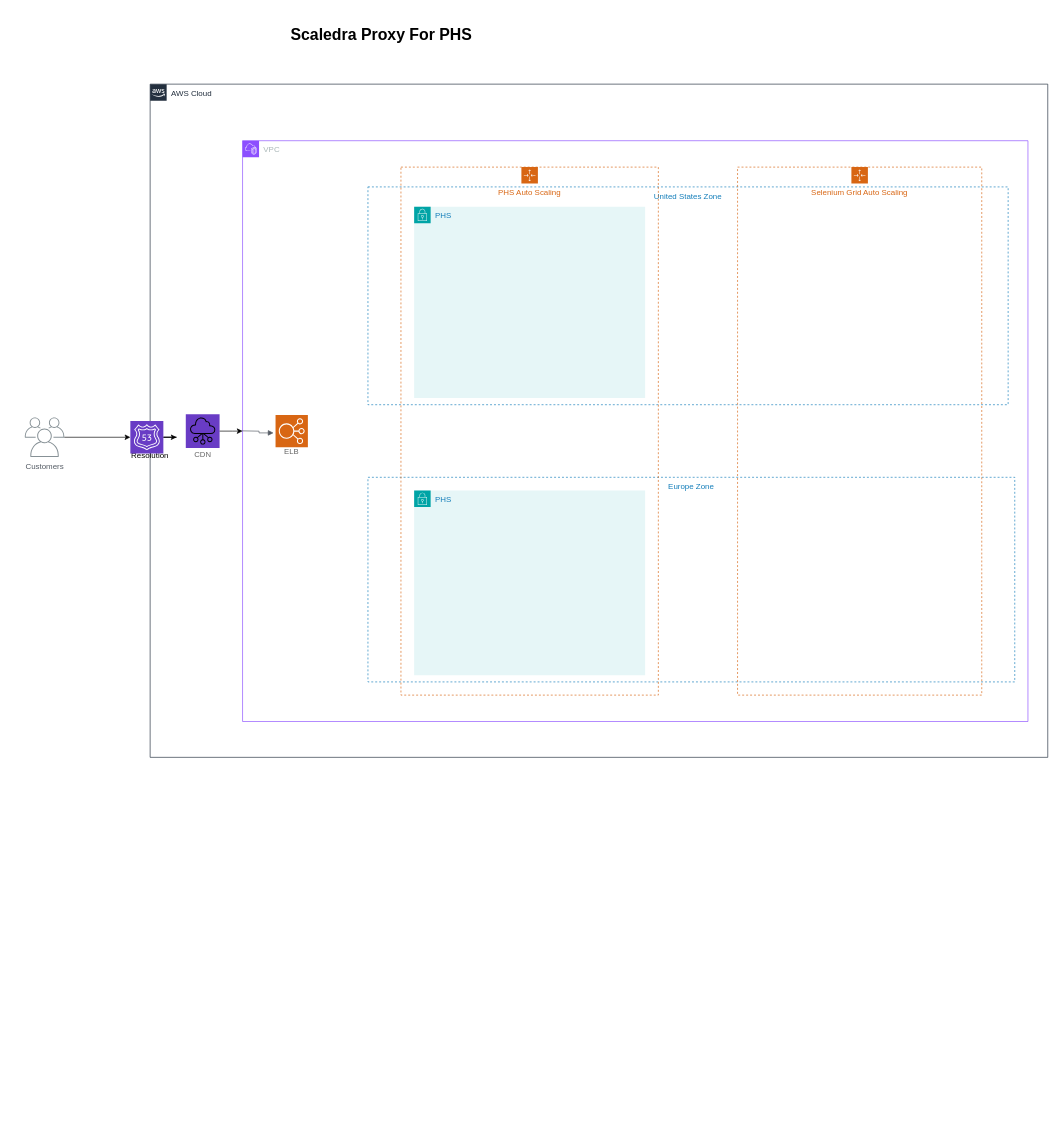
Earlier version of the draw.io diagram Untitled Diagram.drawio (CrytoCodeWizard/Season-Hotel-Management). Source tidied: cells renumbered, new cells numbered last; positions are measured from the earlier drawing's top-left corner, leaving out a move shared by most shapes. Both pictures are drawn from the tidied source at 66%, with x=0, y=0 at pixel (24, 11).
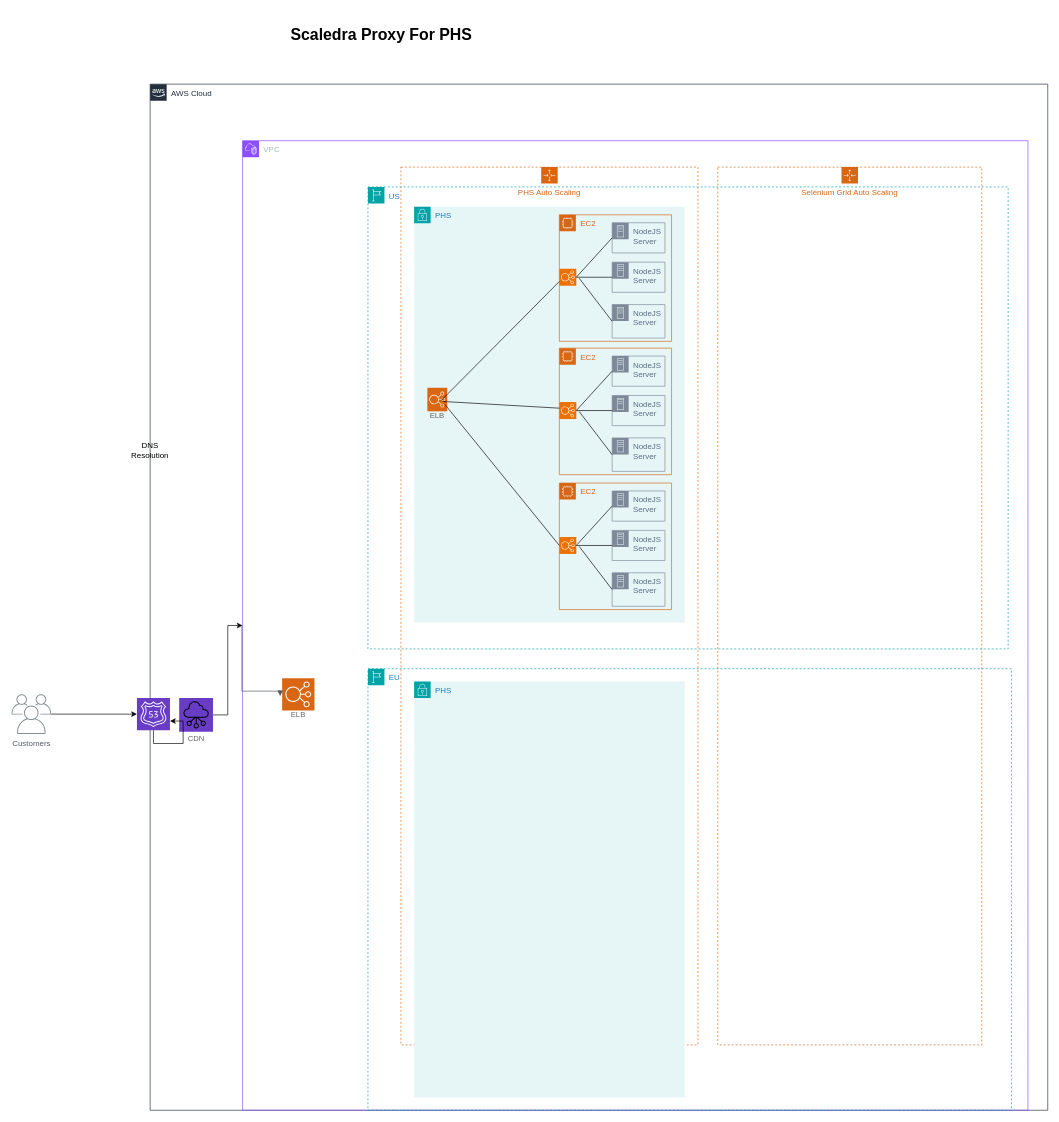
The same page after the edit.

What changed in the source:
```diff
@@
     <mxCell id="3" value="AWS Cloud" style="gradientColor=none;html=1;whiteSpace=wrap;fontSize=12;fontStyle=0;shape=mxgraph.aws4.group;grIcon=mxgraph.aws4.group_aws_cloud_alt;strokeColor=#232F3E;fillColor=none;verticalAlign=top;align=left;spacingLeft=30;fontColor=#232F3E;dashed=0;" parent="1" vertex="1">
-      <mxGeometry x="190" y="110" width="1360" height="1020" as="geometry" />
+      <mxGeometry x="190" y="110" width="1360" height="1554.7" as="geometry" />
     </mxCell>
     <mxCell id="4" value="VPC" style="points=[[0,0],[0.25,0],[0.5,0],[0.75,0],[1,0],[1,0.25],[1,0.5],[1,0.75],[1,1],[0.75,1],[0.5,1],[0.25,1],[0,1],[0,0.75],[0,0.5],[0,0.25]];outlineConnect=0;gradientColor=none;html=1;whiteSpace=wrap;fontSize=12;fontStyle=0;shape=mxgraph.aws4.group;grIcon=mxgraph.aws4.group_vpc2;strokeColor=#8C4FFF;fillColor=none;verticalAlign=top;align=left;spacingLeft=30;fontColor=#AAB7B8;dashed=0;" parent="3" vertex="1">
-      <mxGeometry x="140" y="85.7" width="1190" height="880" as="geometry" />
+      <mxGeometry x="140" y="85.7" width="1190" height="1469" as="geometry" />
     </mxCell>
-    <mxCell id="5" value="United States Zone" style="fillColor=none;strokeColor=#147EBA;dashed=1;verticalAlign=top;fontStyle=0;fontColor=#147EBA;whiteSpace=wrap;html=1;" parent="4" vertex="1">
-      <mxGeometry x="190" y="70" width="970" height="330" as="geometry" />
-    </mxCell>
-    <mxCell id="6" value="Europe Zone" style="fillColor=none;strokeColor=#147EBA;dashed=1;verticalAlign=top;fontStyle=0;fontColor=#147EBA;whiteSpace=wrap;html=1;" parent="4" vertex="1">
-      <mxGeometry x="190" y="510" width="980" height="310" as="geometry" />
-    </mxCell>
     <mxCell id="7" value="PHS Auto Scaling" style="gradientColor=none;html=1;whiteSpace=wrap;fontSize=12;fontStyle=0;shape=mxgraph.aws4.groupCenter;grIcon=mxgraph.aws4.group_auto_scaling_group;grStroke=1;strokeColor=#D86613;fillColor=none;verticalAlign=top;align=center;fontColor=#D86613;dashed=1;spacingTop=25;" parent="4" vertex="1">
-      <mxGeometry x="240" y="40" width="390" height="800" as="geometry" />
+      <mxGeometry x="240" y="40" width="450" height="1330" as="geometry" />
     </mxCell>
     <mxCell id="8" value="PHS" style="gradientColor=none;html=1;whiteSpace=wrap;fontSize=12;fontStyle=0;shape=mxgraph.aws4.group;grIcon=mxgraph.aws4.group_security_group;grStroke=0;strokeColor=#00A4A6;fillColor=#E6F6F7;verticalAlign=top;align=left;spacingLeft=30;fontColor=#147EBA;dashed=0;" parent="7" vertex="1">
-      <mxGeometry x="20" y="60" width="350" height="290" as="geometry" />
+      <mxGeometry x="20" y="60" width="410" height="630" as="geometry" />
     </mxCell>
-    <mxCell id="9" value="PHS" style="gradientColor=none;html=1;whiteSpace=wrap;fontSize=12;fontStyle=0;shape=mxgraph.aws4.group;grIcon=mxgraph.aws4.group_security_group;grStroke=0;strokeColor=#00A4A6;fillColor=#E6F6F7;verticalAlign=top;align=left;spacingLeft=30;fontColor=#147EBA;dashed=0;" parent="7" vertex="1">
-      <mxGeometry x="20" y="490" width="350" height="280" as="geometry" />
-    </mxCell>
     <mxCell id="10" value="Selenium Grid Auto Scaling" style="gradientColor=none;html=1;whiteSpace=wrap;fontSize=12;fontStyle=0;shape=mxgraph.aws4.groupCenter;grIcon=mxgraph.aws4.group_auto_scaling_group;grStroke=1;strokeColor=#D86613;fillColor=none;verticalAlign=top;align=center;fontColor=#D86613;dashed=1;spacingTop=25;" parent="4" vertex="1">
-      <mxGeometry x="750" y="40" width="370" height="800" as="geometry" />
+      <mxGeometry x="720" y="40" width="400" height="1330" as="geometry" />
     </mxCell>
     <mxCell id="11" value="ELB" style="html=1;overflow=block;blockSpacing=1;whiteSpace=wrap;shape=mxgraph.aws4.resourceIcon;resIcon=mxgraph.aws4.elastic_load_balancing;verticalLabelPosition=bottom;align=center;verticalAlign=top;strokeColor=#ffffff;fontSize=11.7;fontColor=#666666;spacing=0;strokeOpacity=100;fillColor=#d86613;strokeWidth=1.5;lucidId=ZyE4ia8e-gKq;" parent="4" vertex="1">
-      <mxGeometry x="50" y="415.5" width="49" height="49" as="geometry" />
+      <mxGeometry x="60" y="814.3" width="49" height="49" as="geometry" />
     </mxCell>
     <mxCell id="12" style="edgeStyle=orthogonalEdgeStyle;html=1;endArrow=block;elbow=vertical;startArrow=none;endFill=1;strokeColor=#545B64;rounded=0;entryX=-0.061;entryY=0.556;entryDx=0;entryDy=0;entryPerimeter=0;" parent="4" edge="1" target="11">
       <mxGeometry relative="1" as="geometry">
-        <mxPoint x="-1" y="439.6" as="sourcePoint" />
+        <mxPoint x="-1" y="734.3" as="sourcePoint" />
+        <Array as="points">
+          <mxPoint x="-1" y="834" />
+          <mxPoint x="57" y="834" />
+        </Array>
       </mxGeometry>
     </mxCell>
+    <mxCell id="22" value="US" style="gradientColor=none;html=1;whiteSpace=wrap;fontSize=12;fontStyle=0;shape=mxgraph.aws4.group;grIcon=mxgraph.aws4.group_region;strokeColor=#00A4A6;fillColor=none;verticalAlign=top;align=left;spacingLeft=30;fontColor=#147EBA;dashed=1;" parent="4" vertex="1">
+      <mxGeometry x="190" y="70" width="970" height="700" as="geometry" />
+    </mxCell>
+    <mxCell id="23" value="EC2" style="gradientColor=none;html=1;whiteSpace=wrap;fontSize=12;fontStyle=0;shape=mxgraph.aws4.group;grIcon=mxgraph.aws4.group_ec2_instance_contents;strokeColor=#D86613;fillColor=none;verticalAlign=top;align=left;spacingLeft=30;fontColor=#D86613;dashed=0;" parent="22" vertex="1">
+      <mxGeometry x="290" y="42.3" width="170" height="191.7" as="geometry" />
+    </mxCell>
+    <mxCell id="24" style="sketch=0;points=[[0,0,0],[0.25,0,0],[0.5,0,0],[0.75,0,0],[1,0,0],[0,1,0],[0.25,1,0],[0.5,1,0],[0.75,1,0],[1,1,0],[0,0.25,0],[0,0.5,0],[0,0.75,0],[1,0.25,0],[1,0.5,0],[1,0.75,0]];outlineConnect=0;fontColor=#232F3E;fillColor=#ED7100;strokeColor=#ffffff;dashed=0;verticalLabelPosition=bottom;verticalAlign=top;align=center;html=1;fontSize=12;fontStyle=0;shape=mxgraph.aws4.resourceIcon;resIcon=mxgraph.aws4.elastic_load_balancing;" parent="23" vertex="1">
+      <mxGeometry y="81.7" width="25.7" height="25.7" as="geometry" />
+    </mxCell>
+    <mxCell id="25" value="NodeJS&lt;br&gt;Server" style="points=[[0,0],[0.25,0],[0.5,0],[0.75,0],[1,0],[1,0.25],[1,0.5],[1,0.75],[1,1],[0.75,1],[0.5,1],[0.25,1],[0,1],[0,0.75],[0,0.5],[0,0.25]];outlineConnect=0;gradientColor=none;html=1;whiteSpace=wrap;fontSize=12;fontStyle=0;shape=mxgraph.aws4.group;grIcon=mxgraph.aws4.group_on_premise;strokeColor=#7D8998;fillColor=none;verticalAlign=top;align=left;spacingLeft=30;fontColor=#5A6C86;dashed=0;" parent="23" vertex="1">
+      <mxGeometry x="80" y="71.7" width="80" height="45.7" as="geometry" />
+    </mxCell>
+    <mxCell id="26" value="NodeJS&lt;br&gt;Server" style="points=[[0,0],[0.25,0],[0.5,0],[0.75,0],[1,0],[1,0.25],[1,0.5],[1,0.75],[1,1],[0.75,1],[0.5,1],[0.25,1],[0,1],[0,0.75],[0,0.5],[0,0.25]];outlineConnect=0;gradientColor=none;html=1;whiteSpace=wrap;fontSize=12;fontStyle=0;shape=mxgraph.aws4.group;grIcon=mxgraph.aws4.group_on_premise;strokeColor=#7D8998;fillColor=none;verticalAlign=top;align=left;spacingLeft=30;fontColor=#5A6C86;dashed=0;" parent="23" vertex="1">
+      <mxGeometry x="80" y="136" width="80" height="50.7" as="geometry" />
+    </mxCell>
+    <mxCell id="27" style="endArrow=none;html=1;rounded=0;entryX=0;entryY=0.5;entryDx=0;entryDy=0;" parent="23" edge="1" source="24" target="25">
+      <mxGeometry relative="1" as="geometry" />
+    </mxCell>
+    <mxCell id="28" style="endArrow=none;html=1;rounded=0;entryX=0;entryY=0.5;entryDx=0;entryDy=0;" parent="23" edge="1" target="26">
+      <mxGeometry relative="1" as="geometry">
+        <mxPoint x="30" y="96" as="sourcePoint" />
+      </mxGeometry>
+    </mxCell>
+    <mxCell id="29" value="NodeJS&lt;br&gt;Server" style="points=[[0,0],[0.25,0],[0.5,0],[0.75,0],[1,0],[1,0.25],[1,0.5],[1,0.75],[1,1],[0.75,1],[0.5,1],[0.25,1],[0,1],[0,0.75],[0,0.5],[0,0.25]];outlineConnect=0;gradientColor=none;html=1;whiteSpace=wrap;fontSize=12;fontStyle=0;shape=mxgraph.aws4.group;grIcon=mxgraph.aws4.group_on_premise;strokeColor=#7D8998;fillColor=none;verticalAlign=top;align=left;spacingLeft=30;fontColor=#5A6C86;dashed=0;" parent="23" vertex="1">
+      <mxGeometry x="80" y="12" width="80" height="45.7" as="geometry" />
+    </mxCell>
+    <mxCell id="30" style="endArrow=none;html=1;rounded=0;entryX=0;entryY=0.5;entryDx=0;entryDy=0;exitX=1;exitY=0.5;exitDx=0;exitDy=0;exitPerimeter=0;" parent="23" edge="1" source="24" target="29">
+      <mxGeometry relative="1" as="geometry" />
+    </mxCell>
+    <mxCell id="31" value="EC2" style="gradientColor=none;html=1;whiteSpace=wrap;fontSize=12;fontStyle=0;shape=mxgraph.aws4.group;grIcon=mxgraph.aws4.group_ec2_instance_contents;strokeColor=#D86613;fillColor=none;verticalAlign=top;align=left;spacingLeft=30;fontColor=#D86613;dashed=0;" parent="22" vertex="1">
+      <mxGeometry x="290" y="448.7" width="170" height="191.7" as="geometry" />
+    </mxCell>
+    <mxCell id="32" style="sketch=0;points=[[0,0,0],[0.25,0,0],[0.5,0,0],[0.75,0,0],[1,0,0],[0,1,0],[0.25,1,0],[0.5,1,0],[0.75,1,0],[1,1,0],[0,0.25,0],[0,0.5,0],[0,0.75,0],[1,0.25,0],[1,0.5,0],[1,0.75,0]];outlineConnect=0;fontColor=#232F3E;fillColor=#ED7100;strokeColor=#ffffff;dashed=0;verticalLabelPosition=bottom;verticalAlign=top;align=center;html=1;fontSize=12;fontStyle=0;shape=mxgraph.aws4.resourceIcon;resIcon=mxgraph.aws4.elastic_load_balancing;" parent="31" vertex="1">
+      <mxGeometry y="81.7" width="25.7" height="25.7" as="geometry" />
+    </mxCell>
+    <mxCell id="33" value="NodeJS&lt;br&gt;Server" style="points=[[0,0],[0.25,0],[0.5,0],[0.75,0],[1,0],[1,0.25],[1,0.5],[1,0.75],[1,1],[0.75,1],[0.5,1],[0.25,1],[0,1],[0,0.75],[0,0.5],[0,0.25]];outlineConnect=0;gradientColor=none;html=1;whiteSpace=wrap;fontSize=12;fontStyle=0;shape=mxgraph.aws4.group;grIcon=mxgraph.aws4.group_on_premise;strokeColor=#7D8998;fillColor=none;verticalAlign=top;align=left;spacingLeft=30;fontColor=#5A6C86;dashed=0;" parent="31" vertex="1">
+      <mxGeometry x="80" y="71.7" width="80" height="45.7" as="geometry" />
+    </mxCell>
+    <mxCell id="34" value="NodeJS&lt;br&gt;Server" style="points=[[0,0],[0.25,0],[0.5,0],[0.75,0],[1,0],[1,0.25],[1,0.5],[1,0.75],[1,1],[0.75,1],[0.5,1],[0.25,1],[0,1],[0,0.75],[0,0.5],[0,0.25]];outlineConnect=0;gradientColor=none;html=1;whiteSpace=wrap;fontSize=12;fontStyle=0;shape=mxgraph.aws4.group;grIcon=mxgraph.aws4.group_on_premise;strokeColor=#7D8998;fillColor=none;verticalAlign=top;align=left;spacingLeft=30;fontColor=#5A6C86;dashed=0;" parent="31" vertex="1">
+      <mxGeometry x="80" y="136" width="80" height="50.7" as="geometry" />
+    </mxCell>
+    <mxCell id="35" style="endArrow=none;html=1;rounded=0;entryX=0;entryY=0.5;entryDx=0;entryDy=0;" parent="31" edge="1" source="32" target="33">
+      <mxGeometry relative="1" as="geometry" />
+    </mxCell>
+    <mxCell id="36" style="endArrow=none;html=1;rounded=0;entryX=0;entryY=0.5;entryDx=0;entryDy=0;" parent="31" edge="1" target="34">
+      <mxGeometry relative="1" as="geometry">
+        <mxPoint x="30" y="96" as="sourcePoint" />
+      </mxGeometry>
+    </mxCell>
+    <mxCell id="37" value="NodeJS&lt;br&gt;Server" style="points=[[0,0],[0.25,0],[0.5,0],[0.75,0],[1,0],[1,0.25],[1,0.5],[1,0.75],[1,1],[0.75,1],[0.5,1],[0.25,1],[0,1],[0,0.75],[0,0.5],[0,0.25]];outlineConnect=0;gradientColor=none;html=1;whiteSpace=wrap;fontSize=12;fontStyle=0;shape=mxgraph.aws4.group;grIcon=mxgraph.aws4.group_on_premise;strokeColor=#7D8998;fillColor=none;verticalAlign=top;align=left;spacingLeft=30;fontColor=#5A6C86;dashed=0;" parent="31" vertex="1">
+      <mxGeometry x="80" y="12" width="80" height="45.7" as="geometry" />
+    </mxCell>
+    <mxCell id="38" style="endArrow=none;html=1;rounded=0;entryX=0;entryY=0.5;entryDx=0;entryDy=0;exitX=1;exitY=0.5;exitDx=0;exitDy=0;exitPerimeter=0;" parent="31" edge="1" source="32" target="37">
+      <mxGeometry relative="1" as="geometry" />
+    </mxCell>
+    <mxCell id="39" value="ELB" style="html=1;overflow=block;blockSpacing=1;whiteSpace=wrap;shape=mxgraph.aws4.resourceIcon;resIcon=mxgraph.aws4.elastic_load_balancing;verticalLabelPosition=bottom;align=center;verticalAlign=top;strokeColor=#ffffff;fontSize=11.7;fontColor=#666666;spacing=0;strokeOpacity=100;fillColor=#d86613;strokeWidth=1.5;lucidId=ZyE4ia8e-gKq;" parent="22" vertex="1">
+      <mxGeometry x="90" y="304.3" width="30" height="35.7" as="geometry" />
+    </mxCell>
+    <mxCell id="40" style="endArrow=none;html=1;rounded=0;entryX=0;entryY=0.5;entryDx=0;entryDy=0;entryPerimeter=0;exitX=0.9;exitY=0.722;exitDx=0;exitDy=0;exitPerimeter=0;" parent="22" edge="1" source="39" target="32">
+      <mxGeometry relative="1" as="geometry" />
+    </mxCell>
+    <mxCell id="41" style="endArrow=none;html=1;rounded=0;entryX=0;entryY=0.75;entryDx=0;entryDy=0;entryPerimeter=0;exitX=0.692;exitY=0.547;exitDx=0;exitDy=0;exitPerimeter=0;" parent="22" edge="1" source="39" target="24">
+      <mxGeometry relative="1" as="geometry" />
+    </mxCell>
+    <mxCell id="42" value="EU" style="gradientColor=none;html=1;whiteSpace=wrap;fontSize=12;fontStyle=0;shape=mxgraph.aws4.group;grIcon=mxgraph.aws4.group_region;strokeColor=#00A4A6;fillColor=none;verticalAlign=top;align=left;spacingLeft=30;fontColor=#147EBA;dashed=1;" parent="4" vertex="1">
+      <mxGeometry x="190" y="800" width="975" height="669" as="geometry" />
+    </mxCell>
+    <mxCell id="9" value="PHS" style="gradientColor=none;html=1;whiteSpace=wrap;fontSize=12;fontStyle=0;shape=mxgraph.aws4.group;grIcon=mxgraph.aws4.group_security_group;grStroke=0;strokeColor=#00A4A6;fillColor=#E6F6F7;verticalAlign=top;align=left;spacingLeft=30;fontColor=#147EBA;dashed=0;" parent="42" vertex="1">
+      <mxGeometry x="70" y="19.5" width="410" height="630" as="geometry" />
+    </mxCell>
+    <mxCell id="43" value="EC2" style="points=[[0,0],[0.25,0],[0.5,0],[0.75,0],[1,0],[1,0.25],[1,0.5],[1,0.75],[1,1],[0.75,1],[0.5,1],[0.25,1],[0,1],[0,0.75],[0,0.5],[0,0.25]];outlineConnect=0;gradientColor=none;html=1;whiteSpace=wrap;fontSize=12;fontStyle=0;shape=mxgraph.aws4.group;grIcon=mxgraph.aws4.group_ec2_instance_contents;strokeColor=#D86613;fillColor=none;verticalAlign=top;align=left;spacingLeft=30;fontColor=#D86613;dashed=0;" parent="4" vertex="1">
+      <mxGeometry x="480" y="314.3" width="170" height="191.7" as="geometry" />
+    </mxCell>
+    <mxCell id="44" style="sketch=0;points=[[0,0,0],[0.25,0,0],[0.5,0,0],[0.75,0,0],[1,0,0],[0,1,0],[0.25,1,0],[0.5,1,0],[0.75,1,0],[1,1,0],[0,0.25,0],[0,0.5,0],[0,0.75,0],[1,0.25,0],[1,0.5,0],[1,0.75,0]];outlineConnect=0;fontColor=#232F3E;fillColor=#ED7100;strokeColor=#ffffff;dashed=0;verticalLabelPosition=bottom;verticalAlign=top;align=center;html=1;fontSize=12;fontStyle=0;shape=mxgraph.aws4.resourceIcon;resIcon=mxgraph.aws4.elastic_load_balancing;" parent="43" vertex="1">
+      <mxGeometry y="81.7" width="25.7" height="25.7" as="geometry" />
+    </mxCell>
+    <mxCell id="45" value="NodeJS&lt;br&gt;Server" style="points=[[0,0],[0.25,0],[0.5,0],[0.75,0],[1,0],[1,0.25],[1,0.5],[1,0.75],[1,1],[0.75,1],[0.5,1],[0.25,1],[0,1],[0,0.75],[0,0.5],[0,0.25]];outlineConnect=0;gradientColor=none;html=1;whiteSpace=wrap;fontSize=12;fontStyle=0;shape=mxgraph.aws4.group;grIcon=mxgraph.aws4.group_on_premise;strokeColor=#7D8998;fillColor=none;verticalAlign=top;align=left;spacingLeft=30;fontColor=#5A6C86;dashed=0;" parent="43" vertex="1">
+      <mxGeometry x="80" y="71.7" width="80" height="45.7" as="geometry" />
+    </mxCell>
+    <mxCell id="46" value="NodeJS&lt;br&gt;Server" style="points=[[0,0],[0.25,0],[0.5,0],[0.75,0],[1,0],[1,0.25],[1,0.5],[1,0.75],[1,1],[0.75,1],[0.5,1],[0.25,1],[0,1],[0,0.75],[0,0.5],[0,0.25]];outlineConnect=0;gradientColor=none;html=1;whiteSpace=wrap;fontSize=12;fontStyle=0;shape=mxgraph.aws4.group;grIcon=mxgraph.aws4.group_on_premise;strokeColor=#7D8998;fillColor=none;verticalAlign=top;align=left;spacingLeft=30;fontColor=#5A6C86;dashed=0;" parent="43" vertex="1">
+      <mxGeometry x="80" y="136" width="80" height="50.7" as="geometry" />
+    </mxCell>
+    <mxCell id="47" style="endArrow=none;html=1;rounded=0;entryX=0;entryY=0.5;entryDx=0;entryDy=0;" parent="43" edge="1" source="44" target="45">
+      <mxGeometry relative="1" as="geometry" />
+    </mxCell>
+    <mxCell id="48" style="endArrow=none;html=1;rounded=0;entryX=0;entryY=0.5;entryDx=0;entryDy=0;" parent="43" edge="1" target="46">
+      <mxGeometry relative="1" as="geometry">
+        <mxPoint x="30" y="96" as="sourcePoint" />
+      </mxGeometry>
+    </mxCell>
+    <mxCell id="49" value="NodeJS&lt;br&gt;Server" style="points=[[0,0],[0.25,0],[0.5,0],[0.75,0],[1,0],[1,0.25],[1,0.5],[1,0.75],[1,1],[0.75,1],[0.5,1],[0.25,1],[0,1],[0,0.75],[0,0.5],[0,0.25]];outlineConnect=0;gradientColor=none;html=1;whiteSpace=wrap;fontSize=12;fontStyle=0;shape=mxgraph.aws4.group;grIcon=mxgraph.aws4.group_on_premise;strokeColor=#7D8998;fillColor=none;verticalAlign=top;align=left;spacingLeft=30;fontColor=#5A6C86;dashed=0;" parent="43" vertex="1">
+      <mxGeometry x="80" y="12" width="80" height="45.7" as="geometry" />
+    </mxCell>
+    <mxCell id="50" style="endArrow=none;html=1;rounded=0;entryX=0;entryY=0.5;entryDx=0;entryDy=0;exitX=1;exitY=0.5;exitDx=0;exitDy=0;exitPerimeter=0;" parent="43" edge="1" source="44" target="49">
+      <mxGeometry relative="1" as="geometry" />
+    </mxCell>
+    <mxCell id="51" style="endArrow=none;html=1;rounded=0;exitX=0.775;exitY=0.582;exitDx=0;exitDy=0;exitPerimeter=0;" parent="4" edge="1" source="39" target="43">
+      <mxGeometry relative="1" as="geometry" />
+    </mxCell>
@@
     <mxCell id="14" style="group;" parent="3" vertex="1">
-      <mxGeometry x="40" y="500" width="80" height="70" as="geometry" />
+      <mxGeometry x="30" y="930" width="80" height="70" as="geometry" />
     </mxCell>
@@
     <mxCell id="18" value="Customers&lt;br&gt;" style="sketch=0;outlineConnect=0;gradientColor=none;fontColor=#545B64;strokeColor=none;fillColor=#879196;dashed=0;verticalLabelPosition=bottom;verticalAlign=top;align=center;html=1;fontSize=12;fontStyle=0;shape=mxgraph.aws4.illustration_users;" parent="1" vertex="1">
-      <mxGeometry y="615" width="60" height="60" as="geometry" />
+      <mxGeometry x="-20" y="1034.5" width="60" height="60" as="geometry" />
     </mxCell>
@@
     <mxCell id="21" style="html=1;overflow=block;blockSpacing=1;whiteSpace=wrap;shape=mxgraph.aws4.resourceIcon;resIcon=mxgraph.aws4.route_53;labelPosition=center;verticalLabelPosition=bottom;align=center;verticalAlign=top;strokeColor=#ffffff;fontSize=13;spacing=0;strokeOpacity=100;fillColor=#693cc5;strokeWidth=1.5;lucidId=ZyE4sDo.5fip;" parent="1" vertex="1">
-      <mxGeometry x="160" y="620.5" width="50" height="49" as="geometry" />
+      <mxGeometry x="170" y="1040" width="50" height="49" as="geometry" />
     </mxCell>
```
